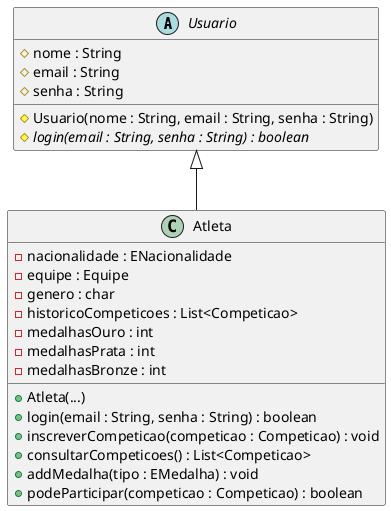
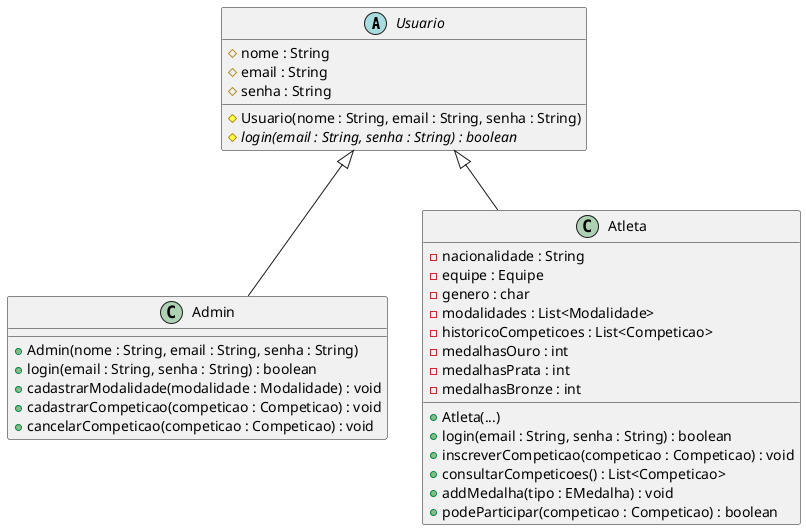
@startuml diagrama-classe
abstract class Usuario {
    # nome : String
    # email : String
    # senha : String
    # Usuario(nome : String, email : String, senha : String)
    # {abstract} login(email : String, senha : String) : boolean
}
+ 
+ class Admin {
+     + Admin(nome : String, email : String, senha : String)
+     + login(email : String, senha : String) : boolean
+     + cadastrarModalidade(modalidade : Modalidade) : void
+     + cadastrarCompeticao(competicao : Competicao) : void
+     + cancelarCompeticao(competicao : Competicao) : void
+ }
+ Usuario <|-- Admin
+ 
class Atleta {
-     - nacionalidade : ENacionalidade
+     - nacionalidade : String
    - equipe : Equipe
    - genero : char
+     - modalidades : List<Modalidade>
    - historicoCompeticoes : List<Competicao>
    - medalhasOuro : int
    - medalhasPrata : int
    - medalhasBronze : int
    + Atleta(...)
    + login(email : String, senha : String) : boolean
    + inscreverCompeticao(competicao : Competicao) : void
    + consultarCompeticoes() : List<Competicao>
    + addMedalha(tipo : EMedalha) : void
    + podeParticipar(competicao : Competicao) : boolean
}
Usuario <|-- Atleta
@enduml